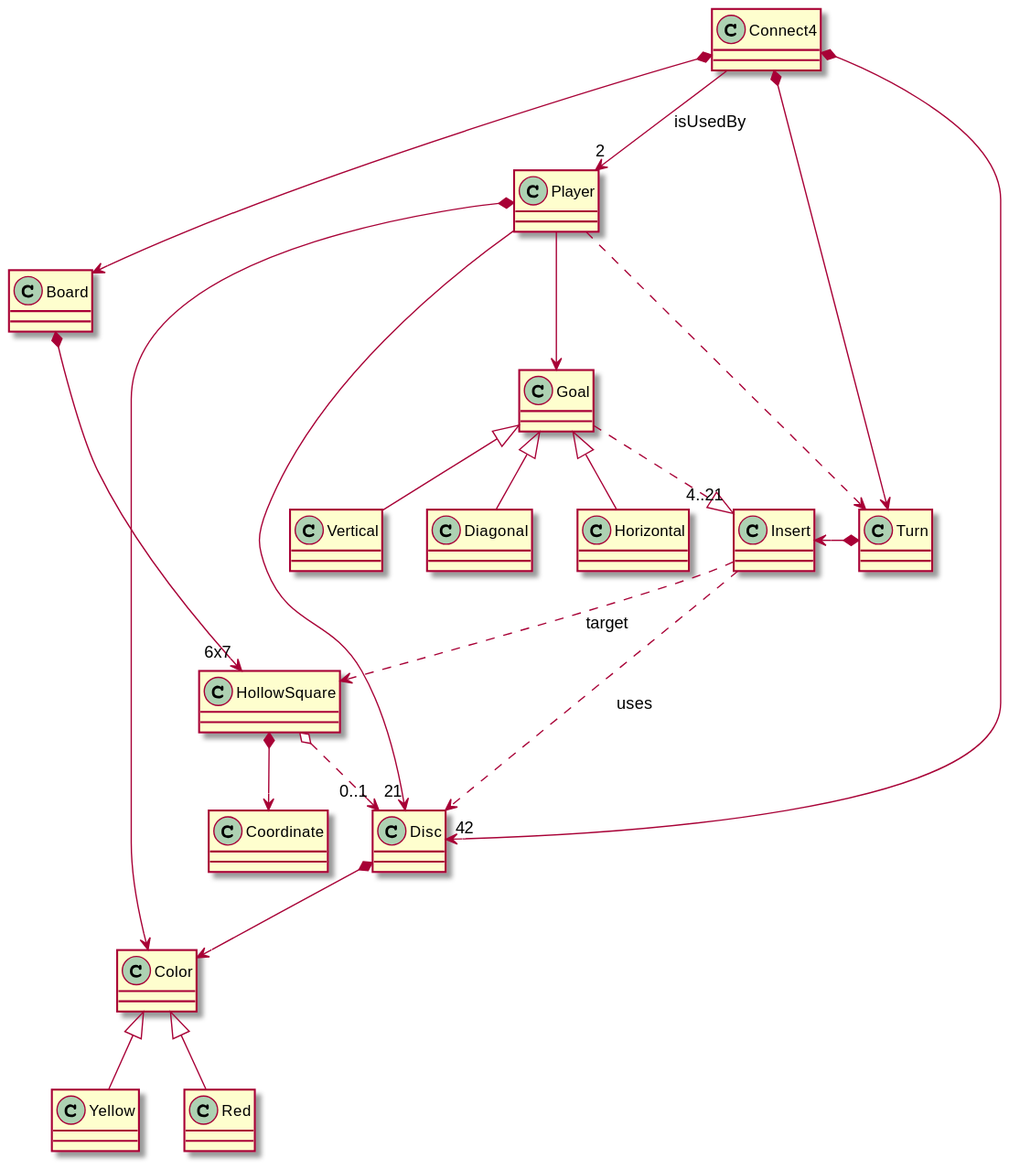
The PlantUML diagram tech-uml/game-connect4/diagrams/out/vocabulary.svg in USantaTecla-ed-mpds/lab-dijkstra, before a commit. The source it was exported from:
```plantuml
@startuml

class Connect4
class Board
class Goal
class Disc
class Player
class HollowSquare
class Coordinate
class Color
class Yellow
class Red
class Turn
class Horizontal
class Vertical
class Insert
class Diagonal

Connect4 *--> Board
Connect4 *--> "42" Disc
Connect4 --> "2" Player: isUsedBy
Connect4 *--> Turn

Player --> "21" Disc
Player *--> Color
Player ..> Turn
Disc *--> Color
Color <|-- Yellow
Color <|-- Red
Player --> Goal
Goal <|-- Horizontal
Goal <|-- Vertical
Goal <|-- Diagonal
Goal ..|> "4..21" Insert
Insert ..> HollowSquare: target
Insert ..> Disc: uses
Turn *-left-> Insert

Board *--> "6x7" HollowSquare
HollowSquare o..> "0..1" Disc
HollowSquare *--> Coordinate




@enduml
```
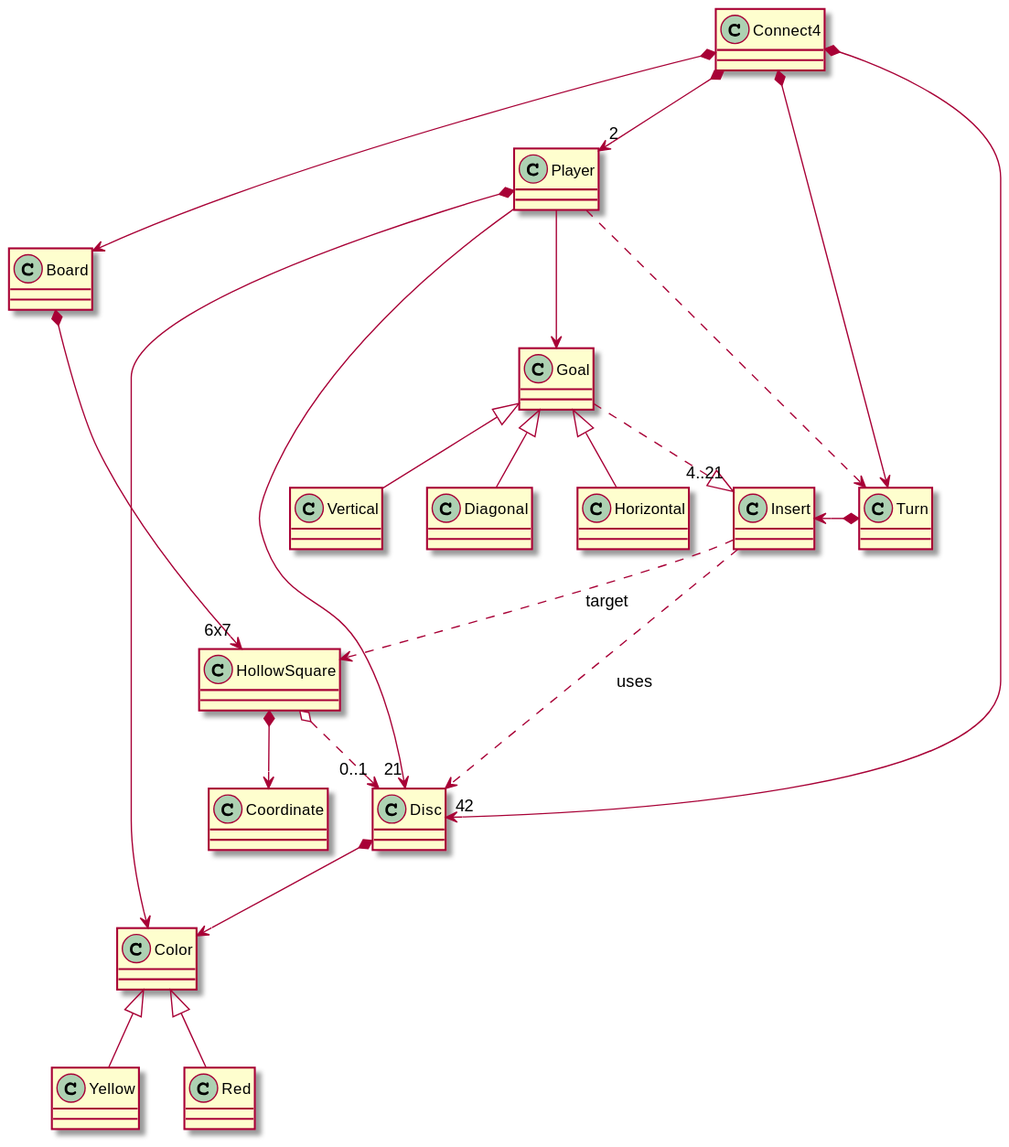
Later version of the same file.

What changed in the source:
```diff
@@ -18,7 +18,7 @@
 
 Connect4 *--> Board
 Connect4 *--> "42" Disc
-Connect4 --> "2" Player: isUsedBy
+Connect4 *--> "2" Player
 Connect4 *--> Turn
 
 Player --> "21" Disc
```
